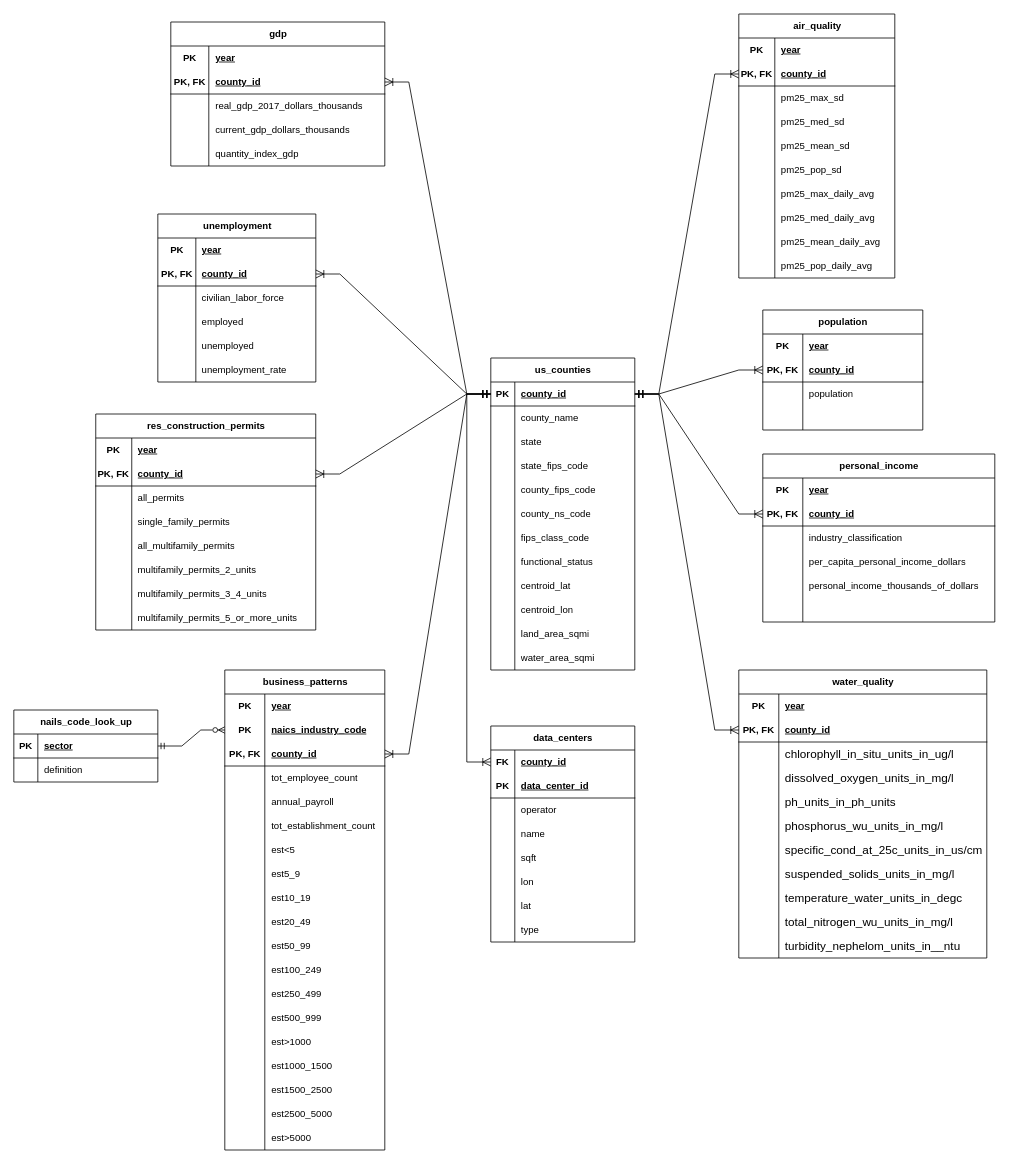
Before: db_documentation/capstone_db_erd.drawio in LoganRosell/local-economic-impact-of-data-centers-workbook, a draw.io diagram. Source tidied: cells renumbered, new cells numbered last; positions are measured from the earlier drawing's top-left corner, leaving out a move shared by most shapes. Both pictures are drawn from the tidied source at 80%, with x=0, y=0 at pixel (14, 14).
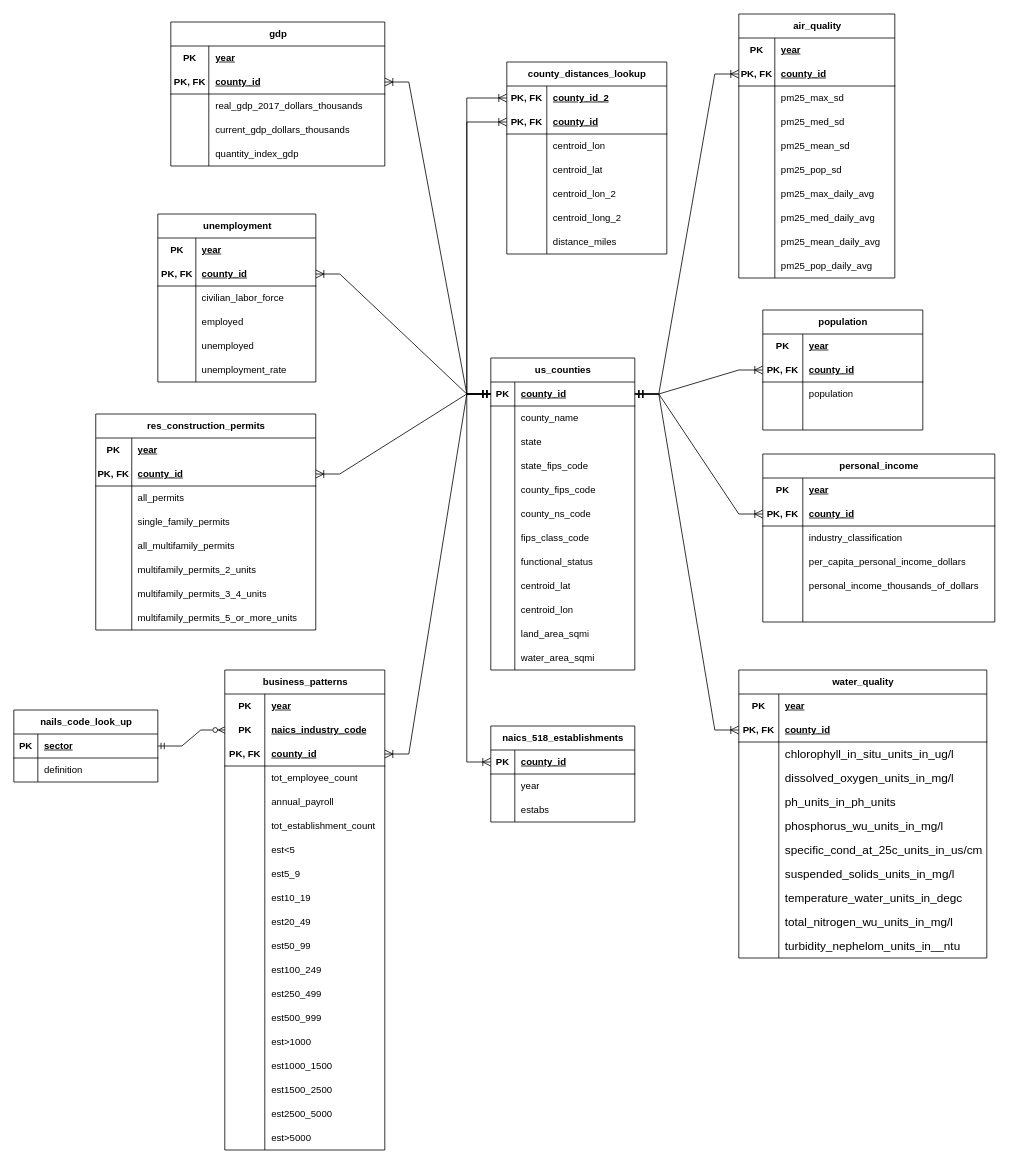
The same diagram, later.

Commit message:
chore: update erd to have county dist and naics 518 tables

Unchanged cells that the change refers to:
```xml
<mxCell id="3" style="shape=tableRow;horizontal=0;startSize=0;swimlaneHead=0;swimlaneBody=0;fillColor=none;points=[[0,0.5],[1,0.5]];portConstraint=eastwest;top=0;left=0;right=0;bottom=1;" parent="2" vertex="1">
  <mxGeometry y="30" width="180" height="30" as="geometry" />
</mxCell>
```

The edit, as a diff of the source:
```diff
@@
-    <mxCell id="203" value="data_centers" style="shape=table;startSize=30;childLayout=tableLayout;rowLines=0;fontStyle=1;align=center;html=1;" parent="1" vertex="1">
-      <mxGeometry x="596" y="890" width="180" height="270" as="geometry" />
+    <mxCell id="203" value="naics_518_establishments" style="shape=table;startSize=30;childLayout=tableLayout;rowLines=0;fontStyle=1;align=center;html=1;" parent="1" vertex="1">
+      <mxGeometry x="596" y="890" width="180" height="120" as="geometry" />
     </mxCell>
-    <mxCell id="204" style="shape=tableRow;horizontal=0;startSize=0;swimlaneHead=0;swimlaneBody=0;fillColor=none;points=[[0,0.5],[1,0.5]];portConstraint=eastwest;top=0;left=0;right=0;bottom=0;" parent="203" vertex="1">
-      <mxGeometry y="30" width="180" height="30" as="geometry" />
-    </mxCell>
-    <mxCell id="205" value="&lt;b&gt;FK&lt;/b&gt;" style="shape=partialRectangle;fillColor=none;top=0;left=0;bottom=0;right=0;overflow=hidden;whiteSpace=wrap;html=1;" parent="204" vertex="1">
-      <mxGeometry width="30" height="30" as="geometry" />
-    </mxCell>
-    <mxCell id="206" value="&lt;b&gt;&lt;u&gt;county_id&lt;/u&gt;&lt;/b&gt;" style="shape=partialRectangle;fillColor=none;top=0;left=0;bottom=0;right=0;align=left;spacingLeft=6;overflow=hidden;whiteSpace=wrap;html=1;" parent="204" vertex="1">
-      <mxGeometry x="30" width="150" height="30" as="geometry" />
-    </mxCell>
     <mxCell id="207" style="shape=tableRow;horizontal=0;startSize=0;swimlaneHead=0;swimlaneBody=0;fillColor=none;top=0;left=0;right=0;bottom=1;" parent="203" vertex="1">
-      <mxGeometry y="60" width="180" height="30" as="geometry" />
+      <mxGeometry y="30" width="180" height="30" as="geometry" />
     </mxCell>
@@
-    <mxCell id="209" value="data_center_id" style="shape=partialRectangle;fillColor=none;top=0;left=0;bottom=0;right=0;align=left;spacingLeft=6;fontStyle=5;overflow=hidden;whiteSpace=wrap;html=1;" parent="207" vertex="1">
+    <mxCell id="209" value="county_id" style="shape=partialRectangle;fillColor=none;top=0;left=0;bottom=0;right=0;align=left;spacingLeft=6;fontStyle=5;overflow=hidden;whiteSpace=wrap;html=1;" parent="207" vertex="1">
       <mxGeometry x="30" width="150" height="30" as="geometry" />
     </mxCell>
     <mxCell id="210" style="shape=tableRow;horizontal=0;startSize=0;swimlaneHead=0;swimlaneBody=0;fillColor=none;top=0;left=0;right=0;bottom=0;" parent="203" vertex="1">
-      <mxGeometry y="90" width="180" height="30" as="geometry" />
+      <mxGeometry y="60" width="180" height="30" as="geometry" />
     </mxCell>
@@
-    <mxCell id="212" value="operator" style="shape=partialRectangle;fillColor=none;top=0;left=0;bottom=0;right=0;align=left;spacingLeft=6;overflow=hidden;whiteSpace=wrap;html=1;" parent="210" vertex="1">
+    <mxCell id="212" value="year" style="shape=partialRectangle;fillColor=none;top=0;left=0;bottom=0;right=0;align=left;spacingLeft=6;overflow=hidden;whiteSpace=wrap;html=1;" parent="210" vertex="1">
       <mxGeometry x="30" width="150" height="30" as="geometry" />
     </mxCell>
     <mxCell id="213" style="shape=tableRow;horizontal=0;startSize=0;swimlaneHead=0;swimlaneBody=0;fillColor=none;top=0;left=0;right=0;bottom=0;" parent="203" vertex="1">
-      <mxGeometry y="120" width="180" height="30" as="geometry" />
+      <mxGeometry y="90" width="180" height="30" as="geometry" />
     </mxCell>
@@
-    <mxCell id="215" value="name" style="shape=partialRectangle;fillColor=none;top=0;left=0;bottom=0;right=0;align=left;spacingLeft=6;overflow=hidden;whiteSpace=wrap;html=1;" parent="213" vertex="1">
+    <mxCell id="215" value="estabs" style="shape=partialRectangle;fillColor=none;top=0;left=0;bottom=0;right=0;align=left;spacingLeft=6;overflow=hidden;whiteSpace=wrap;html=1;" parent="213" vertex="1">
       <mxGeometry x="30" width="150" height="30" as="geometry" />
     </mxCell>
-    <mxCell id="216" style="shape=tableRow;horizontal=0;startSize=0;swimlaneHead=0;swimlaneBody=0;fillColor=none;top=0;left=0;right=0;bottom=0;" parent="203" vertex="1">
-      <mxGeometry y="150" width="180" height="30" as="geometry" />
-    </mxCell>
-    <mxCell id="217" style="shape=partialRectangle;fillColor=none;top=0;left=0;bottom=0;right=0;overflow=hidden;whiteSpace=wrap;html=1;" parent="216" vertex="1">
-      <mxGeometry width="30" height="30" as="geometry" />
-    </mxCell>
-    <mxCell id="218" value="sqft" style="shape=partialRectangle;fillColor=none;top=0;left=0;bottom=0;right=0;align=left;spacingLeft=6;overflow=hidden;whiteSpace=wrap;html=1;" parent="216" vertex="1">
-      <mxGeometry x="30" width="150" height="30" as="geometry" />
-    </mxCell>
-    <mxCell id="219" style="shape=tableRow;horizontal=0;startSize=0;swimlaneHead=0;swimlaneBody=0;fillColor=none;top=0;left=0;right=0;bottom=0;" parent="203" vertex="1">
-      <mxGeometry y="180" width="180" height="30" as="geometry" />
-    </mxCell>
-    <mxCell id="220" style="shape=partialRectangle;fillColor=none;top=0;left=0;bottom=0;right=0;overflow=hidden;whiteSpace=wrap;html=1;" parent="219" vertex="1">
-      <mxGeometry width="30" height="30" as="geometry" />
-    </mxCell>
-    <mxCell id="221" value="lon" style="shape=partialRectangle;fillColor=none;top=0;left=0;bottom=0;right=0;align=left;spacingLeft=6;overflow=hidden;whiteSpace=wrap;html=1;" parent="219" vertex="1">
-      <mxGeometry x="30" width="150" height="30" as="geometry" />
-    </mxCell>
-    <mxCell id="222" style="shape=tableRow;horizontal=0;startSize=0;swimlaneHead=0;swimlaneBody=0;fillColor=none;top=0;left=0;right=0;bottom=0;" parent="203" vertex="1">
-      <mxGeometry y="210" width="180" height="30" as="geometry" />
-    </mxCell>
-    <mxCell id="223" style="shape=partialRectangle;fillColor=none;top=0;left=0;bottom=0;right=0;overflow=hidden;whiteSpace=wrap;html=1;" parent="222" vertex="1">
-      <mxGeometry width="30" height="30" as="geometry" />
-    </mxCell>
-    <mxCell id="224" value="lat" style="shape=partialRectangle;fillColor=none;top=0;left=0;bottom=0;right=0;align=left;spacingLeft=6;overflow=hidden;whiteSpace=wrap;html=1;" parent="222" vertex="1">
-      <mxGeometry x="30" width="150" height="30" as="geometry" />
-    </mxCell>
-    <mxCell id="225" style="shape=tableRow;horizontal=0;startSize=0;swimlaneHead=0;swimlaneBody=0;fillColor=none;top=0;left=0;right=0;bottom=0;" parent="203" vertex="1">
-      <mxGeometry y="240" width="180" height="30" as="geometry" />
-    </mxCell>
-    <mxCell id="226" style="shape=partialRectangle;fillColor=none;top=0;left=0;bottom=0;right=0;overflow=hidden;whiteSpace=wrap;html=1;" parent="225" vertex="1">
-      <mxGeometry width="30" height="30" as="geometry" />
-    </mxCell>
-    <mxCell id="227" value="type" style="shape=partialRectangle;fillColor=none;top=0;left=0;bottom=0;right=0;align=left;spacingLeft=6;overflow=hidden;whiteSpace=wrap;html=1;" parent="225" vertex="1">
-      <mxGeometry x="30" width="150" height="30" as="geometry" />
-    </mxCell>
-    <mxCell id="228" style="edgeStyle=orthogonalEdgeStyle;fontSize=12;html=1;endArrow=ERoneToMany;startArrow=ERmandOne;rounded=0;startSize=8;endSize=8;exitX=0;exitY=0.5;exitDx=0;exitDy=0;entryX=0;entryY=0.5;entryDx=0;entryDy=0;curved=0;" parent="1" edge="1" source="3" target="204">
+    <mxCell id="228" style="edgeStyle=orthogonalEdgeStyle;fontSize=12;html=1;endArrow=ERoneToMany;startArrow=ERmandOne;rounded=0;startSize=8;endSize=8;exitX=0;exitY=0.5;exitDx=0;exitDy=0;entryX=0;entryY=0.5;entryDx=0;entryDy=0;curved=0;" parent="1" edge="1" source="3">
       <mxGeometry relative="1" as="geometry">
+        <mxPoint x="596" y="935" as="targetPoint" />
         <Array as="points">
           <mxPoint x="566" y="475" />
           <mxPoint x="566" y="935" />
         </Array>
       </mxGeometry>
     </mxCell>
@@
+    <mxCell id="296" value="county_distances_lookup" style="shape=table;startSize=30;childLayout=tableLayout;rowLines=0;fontStyle=1;align=center;html=1;" parent="1" vertex="1">
+      <mxGeometry x="616" y="60" width="200" height="240" as="geometry" />
+    </mxCell>
+    <mxCell id="297" style="shape=tableRow;horizontal=0;startSize=0;swimlaneHead=0;swimlaneBody=0;fillColor=none;points=[[0,0.5],[1,0.5]];portConstraint=eastwest;top=0;left=0;right=0;bottom=0;" parent="296" vertex="1">
+      <mxGeometry y="30" width="200" height="30" as="geometry" />
+    </mxCell>
+    <mxCell id="298" value="&lt;b&gt;PK, FK&lt;/b&gt;" style="shape=partialRectangle;fillColor=none;top=0;left=0;bottom=0;right=0;overflow=hidden;whiteSpace=wrap;html=1;" parent="297" vertex="1">
+      <mxGeometry width="50" height="30" as="geometry" />
+    </mxCell>
+    <mxCell id="299" value="&lt;b&gt;&lt;u&gt;county_id_2&lt;/u&gt;&lt;/b&gt;" style="shape=partialRectangle;fillColor=none;top=0;left=0;bottom=0;right=0;align=left;spacingLeft=6;overflow=hidden;whiteSpace=wrap;html=1;" parent="297" vertex="1">
+      <mxGeometry x="50" width="150" height="30" as="geometry" />
+    </mxCell>
+    <mxCell id="300" style="shape=tableRow;horizontal=0;startSize=0;swimlaneHead=0;swimlaneBody=0;fillColor=none;points=[[0,0.5],[1,0.5]];portConstraint=eastwest;top=0;left=0;right=0;bottom=1;" parent="296" vertex="1">
+      <mxGeometry y="60" width="200" height="30" as="geometry" />
+    </mxCell>
+    <mxCell id="301" value="PK, FK" style="shape=partialRectangle;fillColor=none;top=0;left=0;bottom=0;right=0;fontStyle=1;overflow=hidden;whiteSpace=wrap;html=1;" parent="300" vertex="1">
+      <mxGeometry width="50" height="30" as="geometry" />
+    </mxCell>
+    <mxCell id="206" value="county_id" style="shape=partialRectangle;fillColor=none;top=0;left=0;bottom=0;right=0;align=left;spacingLeft=6;fontStyle=5;overflow=hidden;whiteSpace=wrap;html=1;" parent="300" vertex="1">
+      <mxGeometry x="50" width="150" height="30" as="geometry" />
+    </mxCell>
+    <mxCell id="302" style="shape=tableRow;horizontal=0;startSize=0;swimlaneHead=0;swimlaneBody=0;fillColor=none;top=0;left=0;right=0;bottom=0;" parent="296" vertex="1">
+      <mxGeometry y="90" width="200" height="30" as="geometry" />
+    </mxCell>
+    <mxCell id="303" style="shape=partialRectangle;fillColor=none;top=0;left=0;bottom=0;right=0;overflow=hidden;whiteSpace=wrap;html=1;" parent="302" vertex="1">
+      <mxGeometry width="50" height="30" as="geometry" />
+    </mxCell>
+    <mxCell id="304" value="centroid_lon" style="shape=partialRectangle;fillColor=none;top=0;left=0;bottom=0;right=0;align=left;spacingLeft=6;overflow=hidden;whiteSpace=wrap;html=1;" parent="302" vertex="1">
+      <mxGeometry x="50" width="150" height="30" as="geometry" />
+    </mxCell>
+    <mxCell id="305" style="shape=tableRow;horizontal=0;startSize=0;swimlaneHead=0;swimlaneBody=0;fillColor=none;top=0;left=0;right=0;bottom=0;" parent="296" vertex="1">
+      <mxGeometry y="120" width="200" height="30" as="geometry" />
+    </mxCell>
+    <mxCell id="306" style="shape=partialRectangle;fillColor=none;top=0;left=0;bottom=0;right=0;overflow=hidden;whiteSpace=wrap;html=1;" parent="305" vertex="1">
+      <mxGeometry width="50" height="30" as="geometry" />
+    </mxCell>
+    <mxCell id="307" value="centroid_lat" style="shape=partialRectangle;fillColor=none;top=0;left=0;bottom=0;right=0;align=left;spacingLeft=6;overflow=hidden;whiteSpace=wrap;html=1;" parent="305" vertex="1">
+      <mxGeometry x="50" width="150" height="30" as="geometry" />
+    </mxCell>
+    <mxCell id="308" style="shape=tableRow;horizontal=0;startSize=0;swimlaneHead=0;swimlaneBody=0;fillColor=none;top=0;left=0;right=0;bottom=0;" parent="296" vertex="1">
+      <mxGeometry y="150" width="200" height="30" as="geometry" />
+    </mxCell>
+    <mxCell id="309" style="shape=partialRectangle;fillColor=none;top=0;left=0;bottom=0;right=0;overflow=hidden;whiteSpace=wrap;html=1;" parent="308" vertex="1">
+      <mxGeometry width="50" height="30" as="geometry" />
+    </mxCell>
+    <mxCell id="310" value="centroid_lon_2" style="shape=partialRectangle;fillColor=none;top=0;left=0;bottom=0;right=0;align=left;spacingLeft=6;overflow=hidden;whiteSpace=wrap;html=1;" parent="308" vertex="1">
+      <mxGeometry x="50" width="150" height="30" as="geometry" />
+    </mxCell>
+    <mxCell id="311" style="shape=tableRow;horizontal=0;startSize=0;swimlaneHead=0;swimlaneBody=0;fillColor=none;top=0;left=0;right=0;bottom=0;" parent="296" vertex="1">
+      <mxGeometry y="180" width="200" height="30" as="geometry" />
+    </mxCell>
+    <mxCell id="312" style="shape=partialRectangle;fillColor=none;top=0;left=0;bottom=0;right=0;overflow=hidden;whiteSpace=wrap;html=1;" parent="311" vertex="1">
+      <mxGeometry width="50" height="30" as="geometry" />
+    </mxCell>
+    <mxCell id="313" value="centroid_long_2" style="shape=partialRectangle;fillColor=none;top=0;left=0;bottom=0;right=0;align=left;spacingLeft=6;overflow=hidden;whiteSpace=wrap;html=1;" parent="311" vertex="1">
+      <mxGeometry x="50" width="150" height="30" as="geometry" />
+    </mxCell>
+    <mxCell id="314" style="shape=tableRow;horizontal=0;startSize=0;swimlaneHead=0;swimlaneBody=0;fillColor=none;top=0;left=0;right=0;bottom=0;" parent="296" vertex="1">
+      <mxGeometry y="210" width="200" height="30" as="geometry" />
+    </mxCell>
+    <mxCell id="315" style="shape=partialRectangle;fillColor=none;top=0;left=0;bottom=0;right=0;overflow=hidden;whiteSpace=wrap;html=1;" parent="314" vertex="1">
+      <mxGeometry width="50" height="30" as="geometry" />
+    </mxCell>
+    <mxCell id="316" value="distance_miles" style="shape=partialRectangle;fillColor=none;top=0;left=0;bottom=0;right=0;align=left;spacingLeft=6;overflow=hidden;whiteSpace=wrap;html=1;" parent="314" vertex="1">
+      <mxGeometry x="50" width="150" height="30" as="geometry" />
+    </mxCell>
+    <mxCell id="317" style="edgeStyle=orthogonalEdgeStyle;fontSize=12;html=1;endArrow=ERoneToMany;startArrow=ERmandOne;rounded=0;startSize=8;endSize=8;exitX=0;exitY=0.5;exitDx=0;exitDy=0;entryX=0;entryY=0.5;entryDx=0;entryDy=0;" parent="1" edge="1" source="3" target="297">
+      <mxGeometry relative="1" as="geometry">
+        <Array as="points">
+          <mxPoint x="566" y="475" />
+          <mxPoint x="566" y="105" />
+        </Array>
+      </mxGeometry>
+    </mxCell>
+    <mxCell id="318" style="edgeStyle=orthogonalEdgeStyle;fontSize=12;html=1;endArrow=ERoneToMany;startArrow=ERmandOne;rounded=0;startSize=8;endSize=8;exitX=0;exitY=0.5;exitDx=0;exitDy=0;entryX=0;entryY=0.5;entryDx=0;entryDy=0;" parent="1" edge="1" source="3" target="300">
+      <mxGeometry relative="1" as="geometry">
+        <Array as="points">
+          <mxPoint x="566" y="475" />
+          <mxPoint x="566" y="135" />
+        </Array>
+      </mxGeometry>
+    </mxCell>
```
